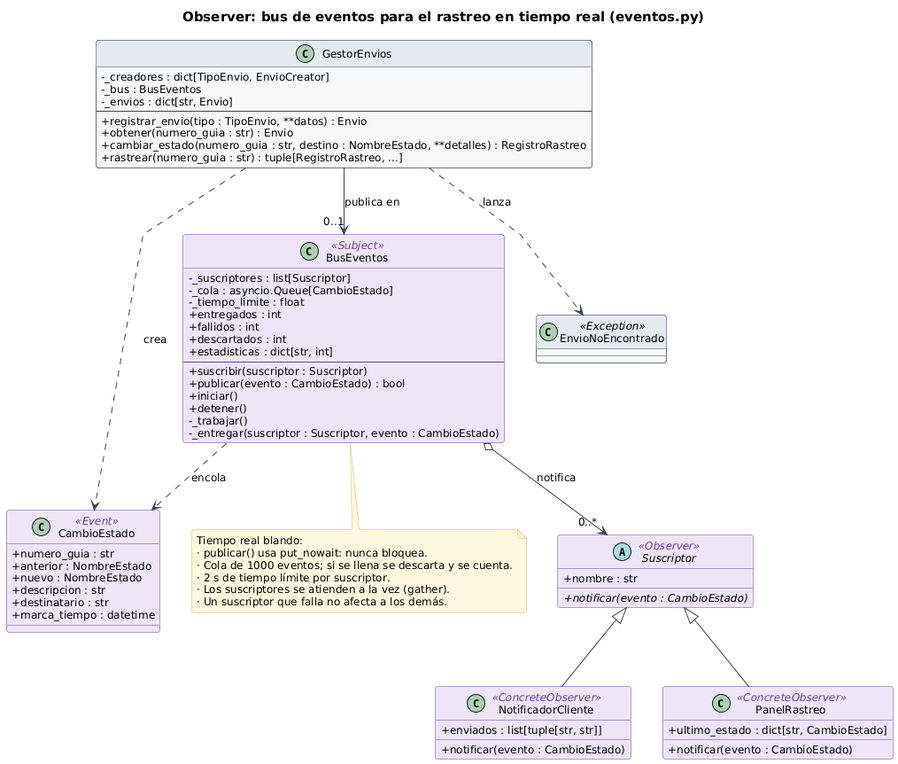
This is docs/uml/img/observer.png from TiarethE/zyntra, a PlantUML export, as it was before one commit.
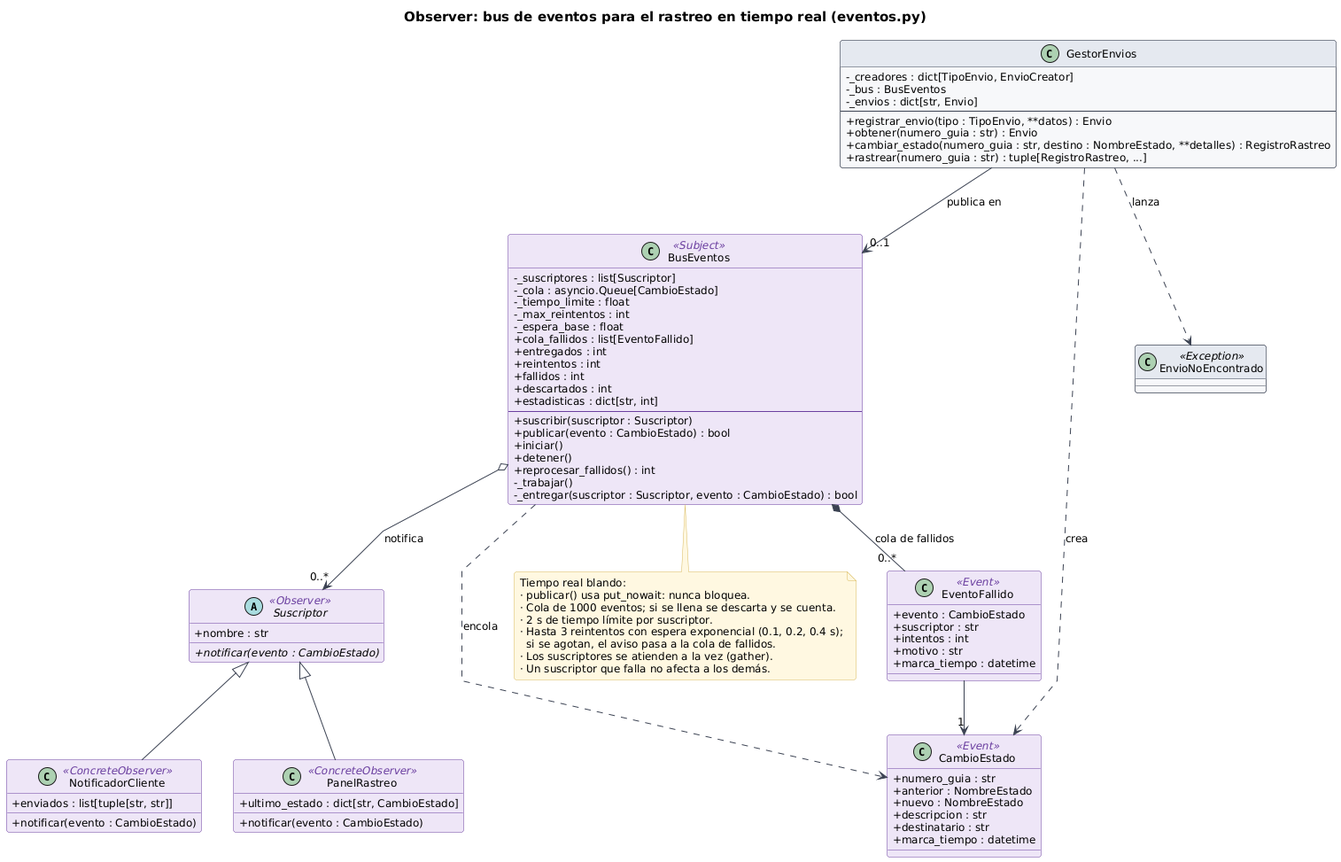
The same diagram one commit later.

Commit message:
Reintenta las notificaciones fallidas y guarda las que se agotan

Change to the diagram source:
```diff
@@ -7,7 +7,11 @@
   -_suscriptores : list[Suscriptor]
   -_cola : asyncio.Queue[CambioEstado]
   -_tiempo_limite : float
+  -_max_reintentos : int
+  -_espera_base : float
+  +cola_fallidos : list[EventoFallido]
   +entregados : int
+  +reintentos : int
   +fallidos : int
   +descartados : int
   +estadisticas : dict[str, int]
@@ -16,8 +20,16 @@
   +publicar(evento : CambioEstado) : bool
   +iniciar()
   +detener()
+  +reprocesar_fallidos() : int
   -_trabajar()
-  -_entregar(suscriptor : Suscriptor, evento : CambioEstado)
+  -_entregar(suscriptor : Suscriptor, evento : CambioEstado) : bool
+}
+class EventoFallido <<Event>> {
+  +evento : CambioEstado
+  +suscriptor : str
+  +intentos : int
+  +motivo : str
+  +marca_tiempo : datetime
 }
 abstract class Suscriptor <<Observer>> {
   +nombre : str
@@ -58,12 +70,16 @@
 GestorEnvios --> "0..1" BusEventos : publica en
 GestorEnvios ..> CambioEstado : crea
 BusEventos ..> CambioEstado : encola
+BusEventos *-- "0..*" EventoFallido : cola de fallidos
+EventoFallido --> "1" CambioEstado
 
 note bottom of BusEventos
   Tiempo real blando:
   · publicar() usa put_nowait: nunca bloquea.
   · Cola de 1000 eventos; si se llena se descarta y se cuenta.
   · 2 s de tiempo límite por suscriptor.
+  · Hasta 3 reintentos con espera exponencial (0.1, 0.2, 0.4 s);
+    si se agotan, el aviso pasa a la cola de fallidos.
   · Los suscriptores se atienden a la vez (gather).
   · Un suscriptor que falla no afecta a los demás.
 end note
```
